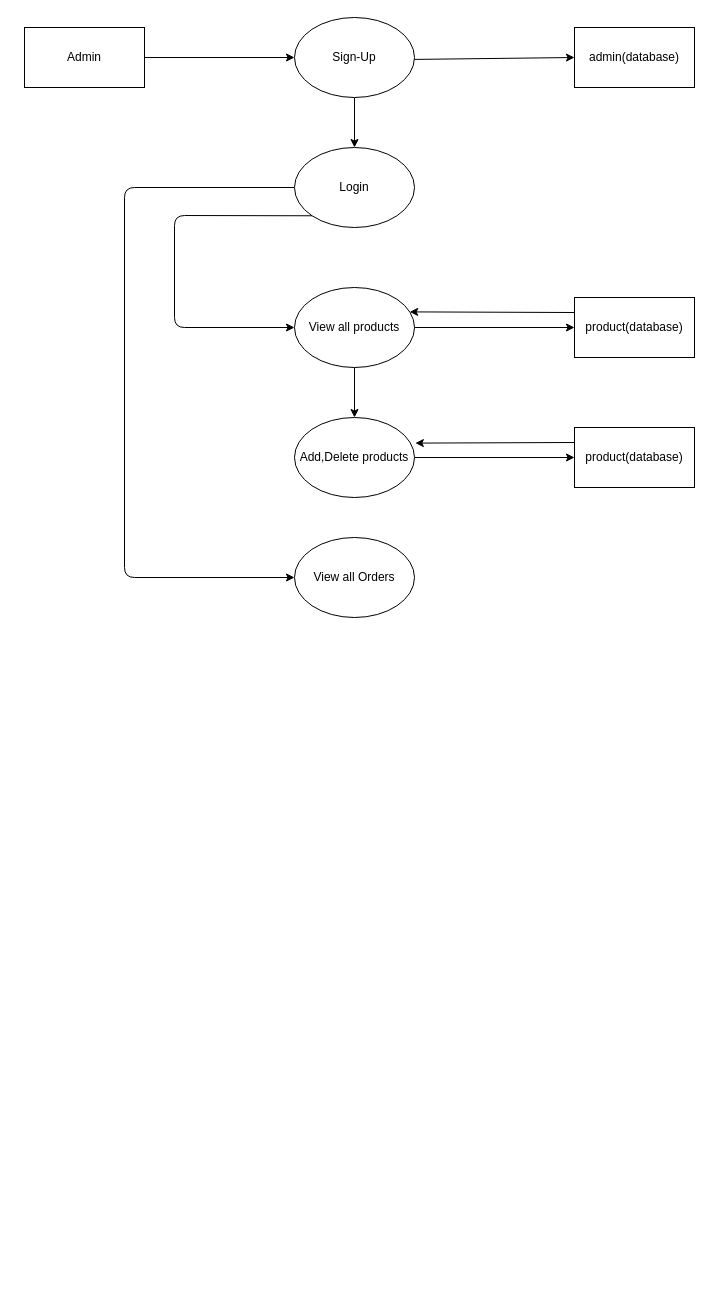
The draw.io diagram dfd/level1.2.drawio in dani-zed/e-commerce, before the edit. Source tidied: cells renumbered, new cells numbered last; positions are measured from the earlier drawing's top-left corner, leaving out a move shared by most shapes. Both pictures are drawn from the tidied source at 100%, with x=0, y=0 at pixel (24, 17).
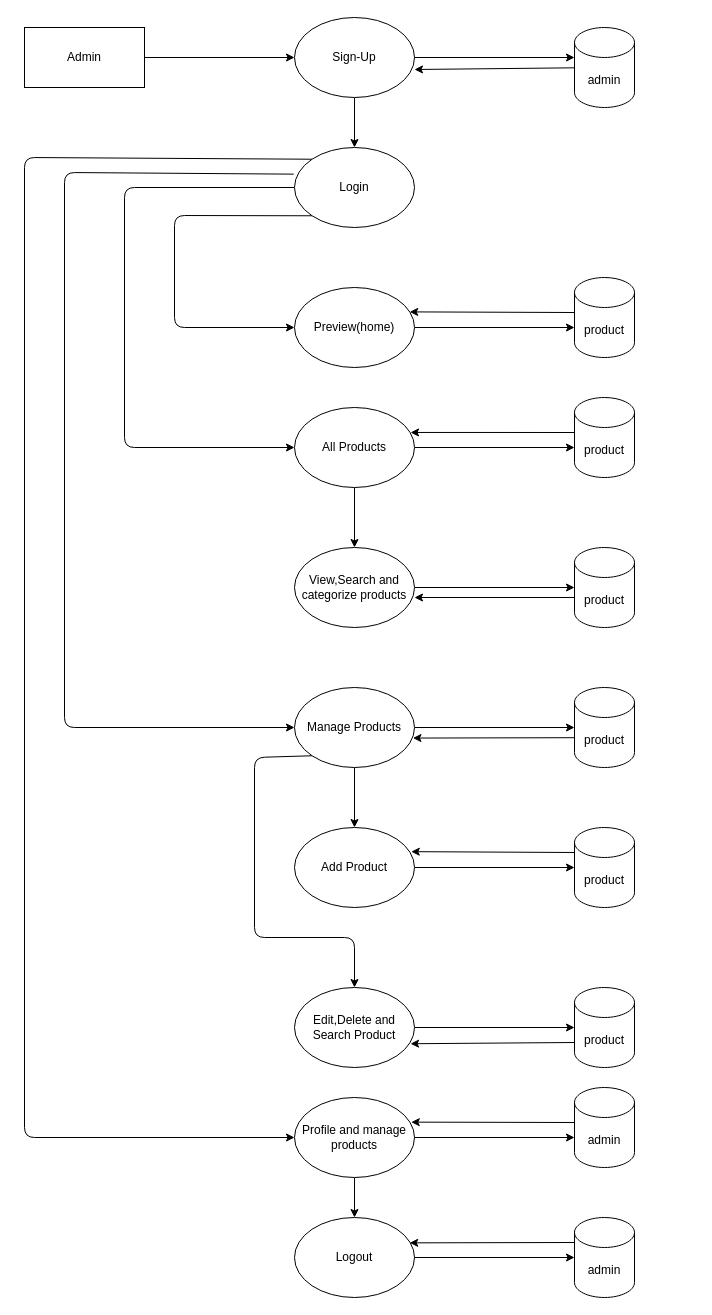
The same page after the edit.

Unchanged cells that the change refers to:
```xml
<mxCell id="6" value="Sign-Up" style="ellipse;whiteSpace=wrap;html=1;" parent="1" vertex="1">
  <mxGeometry x="270" width="120" height="80" as="geometry" />
</mxCell>
<mxCell id="10" value="Login" style="ellipse;whiteSpace=wrap;html=1;" parent="1" vertex="1">
  <mxGeometry x="270" y="130" width="120" height="80" as="geometry" />
</mxCell>
```

What changed in the source:
```diff
@@
-    <mxCell id="4" style="edgeStyle=none;html=1;entryX=0;entryY=0.5;entryDx=0;entryDy=0;" parent="1" edge="1" source="6" target="7">
-      <mxGeometry relative="1" as="geometry" />
+    <mxCell id="4" style="edgeStyle=none;html=1;entryX=0;entryY=0.5;entryDx=0;entryDy=0;" parent="1" edge="1" source="6">
+      <mxGeometry relative="1" as="geometry">
+        <mxPoint x="550" y="40" as="targetPoint" />
+      </mxGeometry>
     </mxCell>
@@
-    <mxCell id="7" value="admin(database)" style="rounded=0;whiteSpace=wrap;html=1;" parent="1" vertex="1">
-      <mxGeometry x="550" y="10" width="120" height="60" as="geometry" />
-    </mxCell>
@@
     <mxCell id="9" style="edgeStyle=none;html=1;exitX=0;exitY=0.5;exitDx=0;exitDy=0;entryX=0;entryY=0.5;entryDx=0;entryDy=0;" parent="1" edge="1" source="10" target="16">
       <mxGeometry relative="1" as="geometry">
         <Array as="points">
           <mxPoint x="100" y="170" />
-          <mxPoint x="100" y="560" />
+          <mxPoint x="100" y="430" />
         </Array>
       </mxGeometry>
     </mxCell>
+    <mxCell id="21" style="edgeStyle=none;html=1;exitX=-0.007;exitY=0.333;exitDx=0;exitDy=0;entryX=0;entryY=0.5;entryDx=0;entryDy=0;exitPerimeter=0;" parent="1" edge="1" source="10" target="32">
+      <mxGeometry relative="1" as="geometry">
+        <Array as="points">
+          <mxPoint x="40" y="155" />
+          <mxPoint x="40" y="710" />
+        </Array>
+      </mxGeometry>
+    </mxCell>
+    <mxCell id="22" style="edgeStyle=none;html=1;exitX=0;exitY=0;exitDx=0;exitDy=0;entryX=0;entryY=0.5;entryDx=0;entryDy=0;" parent="1" edge="1" source="10" target="42">
+      <mxGeometry relative="1" as="geometry">
+        <Array as="points">
+          <mxPoint y="140" />
+          <mxPoint y="1120" />
+        </Array>
+      </mxGeometry>
+    </mxCell>
@@
-    <mxCell id="11" style="edgeStyle=none;html=1;entryX=0;entryY=0.5;entryDx=0;entryDy=0;" parent="1" edge="1" source="13" target="15">
-      <mxGeometry relative="1" as="geometry" />
+    <mxCell id="11" style="edgeStyle=none;html=1;entryX=0;entryY=0.5;entryDx=0;entryDy=0;" parent="1" edge="1" source="13">
+      <mxGeometry relative="1" as="geometry">
+        <mxPoint x="550" y="310" as="targetPoint" />
+      </mxGeometry>
     </mxCell>
-    <mxCell id="12" style="edgeStyle=none;html=1;" parent="1" edge="1" source="13" target="18">
-      <mxGeometry relative="1" as="geometry" />
-    </mxCell>
-    <mxCell id="13" value="View all products" style="ellipse;whiteSpace=wrap;html=1;" parent="1" vertex="1">
+    <mxCell id="13" value="Preview(home)" style="ellipse;whiteSpace=wrap;html=1;" parent="1" vertex="1">
       <mxGeometry x="270" y="270" width="120" height="80" as="geometry" />
     </mxCell>
-    <mxCell id="14" style="edgeStyle=none;html=1;exitX=0;exitY=0.25;exitDx=0;exitDy=0;entryX=0.96;entryY=0.305;entryDx=0;entryDy=0;entryPerimeter=0;" parent="1" edge="1" source="15" target="13">
-      <mxGeometry relative="1" as="geometry" />
+    <mxCell id="14" style="edgeStyle=none;html=1;exitX=0;exitY=0.25;exitDx=0;exitDy=0;entryX=0.96;entryY=0.305;entryDx=0;entryDy=0;entryPerimeter=0;" parent="1" edge="1" target="13">
+      <mxGeometry relative="1" as="geometry">
+        <mxPoint x="550" y="295" as="sourcePoint" />
+      </mxGeometry>
     </mxCell>
-    <mxCell id="15" value="product(database)" style="rounded=0;whiteSpace=wrap;html=1;" parent="1" vertex="1">
-      <mxGeometry x="550" y="280" width="120" height="60" as="geometry" />
-    </mxCell>
+    <mxCell id="23" style="edgeStyle=none;html=1;entryX=0;entryY=0.5;entryDx=0;entryDy=0;" parent="1" edge="1" source="16">
+      <mxGeometry relative="1" as="geometry">
+        <mxPoint x="550" y="430" as="targetPoint" />
+      </mxGeometry>
+    </mxCell>
+    <mxCell id="24" style="edgeStyle=none;html=1;exitX=0.5;exitY=1;exitDx=0;exitDy=0;" parent="1" edge="1" source="16" target="27">
+      <mxGeometry relative="1" as="geometry" />
+    </mxCell>
-    <mxCell id="16" value="View all Orders" style="ellipse;whiteSpace=wrap;html=1;" parent="1" vertex="1">
-      <mxGeometry x="270" y="520" width="120" height="80" as="geometry" />
+    <mxCell id="16" value="All Products" style="ellipse;whiteSpace=wrap;html=1;" parent="1" vertex="1">
+      <mxGeometry x="270" y="390" width="120" height="80" as="geometry" />
     </mxCell>
-    <mxCell id="17" style="edgeStyle=none;html=1;entryX=0;entryY=0.5;entryDx=0;entryDy=0;" parent="1" edge="1" source="18" target="20">
-      <mxGeometry relative="1" as="geometry" />
-    </mxCell>
-    <mxCell id="18" value="Add,Delete products" style="ellipse;whiteSpace=wrap;html=1;" parent="1" vertex="1">
-      <mxGeometry x="270" y="400" width="120" height="80" as="geometry" />
-    </mxCell>
-    <mxCell id="19" style="edgeStyle=none;html=1;exitX=0;exitY=0.25;exitDx=0;exitDy=0;entryX=1.007;entryY=0.32;entryDx=0;entryDy=0;entryPerimeter=0;" parent="1" edge="1" source="20" target="18">
-      <mxGeometry relative="1" as="geometry" />
-    </mxCell>
-    <mxCell id="20" value="product(database)" style="rounded=0;whiteSpace=wrap;html=1;" parent="1" vertex="1">
-      <mxGeometry x="550" y="410" width="120" height="60" as="geometry" />
-    </mxCell>
+    <mxCell id="25" style="edgeStyle=none;html=1;exitX=0;exitY=0.25;exitDx=0;exitDy=0;entryX=0.967;entryY=0.312;entryDx=0;entryDy=0;entryPerimeter=0;" parent="1" edge="1" target="16">
+      <mxGeometry relative="1" as="geometry">
+        <mxPoint x="550" y="415" as="sourcePoint" />
+      </mxGeometry>
+    </mxCell>
+    <mxCell id="26" style="edgeStyle=none;html=1;" parent="1" edge="1" source="27">
+      <mxGeometry relative="1" as="geometry">
+        <mxPoint x="550" y="570" as="targetPoint" />
+      </mxGeometry>
+    </mxCell>
+    <mxCell id="27" value="View,Search and categorize products" style="ellipse;whiteSpace=wrap;html=1;" parent="1" vertex="1">
+      <mxGeometry x="270" y="530" width="120" height="80" as="geometry" />
+    </mxCell>
+    <mxCell id="28" style="edgeStyle=none;html=1;entryX=1;entryY=0.625;entryDx=0;entryDy=0;entryPerimeter=0;" parent="1" edge="1" target="27">
+      <mxGeometry relative="1" as="geometry">
+        <mxPoint x="550" y="580" as="sourcePoint" />
+      </mxGeometry>
+    </mxCell>
+    <mxCell id="29" style="edgeStyle=none;html=1;entryX=0;entryY=0.333;entryDx=0;entryDy=0;entryPerimeter=0;" parent="1" edge="1" source="32">
+      <mxGeometry relative="1" as="geometry">
+        <mxPoint x="550" y="710" as="targetPoint" />
+      </mxGeometry>
+    </mxCell>
+    <mxCell id="30" style="edgeStyle=none;html=1;entryX=0.5;entryY=0;entryDx=0;entryDy=0;" parent="1" edge="1" source="32" target="35">
+      <mxGeometry relative="1" as="geometry" />
+    </mxCell>
+    <mxCell id="31" style="edgeStyle=none;html=1;exitX=0;exitY=1;exitDx=0;exitDy=0;" parent="1" edge="1" source="32">
+      <mxGeometry relative="1" as="geometry">
+        <mxPoint x="330" y="970" as="targetPoint" />
+        <Array as="points">
+          <mxPoint x="230" y="740" />
+          <mxPoint x="230" y="920" />
+          <mxPoint x="330" y="920" />
+        </Array>
+      </mxGeometry>
+    </mxCell>
+    <mxCell id="32" value="Manage Products" style="ellipse;whiteSpace=wrap;html=1;" parent="1" vertex="1">
+      <mxGeometry x="270" y="670" width="120" height="80" as="geometry" />
+    </mxCell>
+    <mxCell id="33" style="edgeStyle=none;html=1;entryX=0.987;entryY=0.632;entryDx=0;entryDy=0;entryPerimeter=0;" parent="1" edge="1" target="32">
+      <mxGeometry relative="1" as="geometry">
+        <mxPoint x="550" y="720.2" as="sourcePoint" />
+      </mxGeometry>
+    </mxCell>
+    <mxCell id="34" style="edgeStyle=none;html=1;" parent="1" edge="1" source="35">
+      <mxGeometry relative="1" as="geometry">
+        <mxPoint x="550" y="850" as="targetPoint" />
+      </mxGeometry>
+    </mxCell>
+    <mxCell id="35" value="Add Product" style="ellipse;whiteSpace=wrap;html=1;" parent="1" vertex="1">
+      <mxGeometry x="270" y="810" width="120" height="80" as="geometry" />
+    </mxCell>
+    <mxCell id="36" style="edgeStyle=none;html=1;exitX=0;exitY=0.25;exitDx=0;exitDy=0;entryX=0.973;entryY=0.302;entryDx=0;entryDy=0;entryPerimeter=0;" parent="1" edge="1" target="35">
+      <mxGeometry relative="1" as="geometry">
+        <mxPoint x="550" y="835" as="sourcePoint" />
+      </mxGeometry>
+    </mxCell>
+    <mxCell id="37" style="edgeStyle=none;html=1;" parent="1" edge="1" source="38">
+      <mxGeometry relative="1" as="geometry">
+        <mxPoint x="550" y="1010" as="targetPoint" />
+      </mxGeometry>
+    </mxCell>
+    <mxCell id="38" value="Edit,Delete and Search Product" style="ellipse;whiteSpace=wrap;html=1;" parent="1" vertex="1">
+      <mxGeometry x="270" y="970" width="120" height="80" as="geometry" />
+    </mxCell>
+    <mxCell id="39" style="edgeStyle=none;html=1;exitX=0;exitY=0.75;exitDx=0;exitDy=0;entryX=0.967;entryY=0.703;entryDx=0;entryDy=0;entryPerimeter=0;" parent="1" edge="1" target="38">
+      <mxGeometry relative="1" as="geometry">
+        <mxPoint x="550" y="1025" as="sourcePoint" />
+      </mxGeometry>
+    </mxCell>
+    <mxCell id="40" style="edgeStyle=none;html=1;entryX=0;entryY=0.5;entryDx=0;entryDy=0;" parent="1" edge="1" source="42">
+      <mxGeometry relative="1" as="geometry">
+        <mxPoint x="550" y="1120" as="targetPoint" />
+      </mxGeometry>
+    </mxCell>
+    <mxCell id="41" style="edgeStyle=none;html=1;" parent="1" edge="1" source="42" target="45">
+      <mxGeometry relative="1" as="geometry" />
+    </mxCell>
+    <mxCell id="42" value="Profile and manage products" style="ellipse;whiteSpace=wrap;html=1;" parent="1" vertex="1">
+      <mxGeometry x="270" y="1080" width="120" height="80" as="geometry" />
+    </mxCell>
+    <mxCell id="43" style="edgeStyle=none;html=1;exitX=0;exitY=0.25;exitDx=0;exitDy=0;entryX=0.973;entryY=0.308;entryDx=0;entryDy=0;entryPerimeter=0;" parent="1" edge="1" target="42">
+      <mxGeometry relative="1" as="geometry">
+        <mxPoint x="550" y="1105" as="sourcePoint" />
+      </mxGeometry>
+    </mxCell>
+    <mxCell id="44" style="edgeStyle=none;html=1;" parent="1" edge="1" source="45">
+      <mxGeometry relative="1" as="geometry">
+        <mxPoint x="550" y="1240" as="targetPoint" />
+      </mxGeometry>
+    </mxCell>
+    <mxCell id="45" value="Logout" style="ellipse;whiteSpace=wrap;html=1;" parent="1" vertex="1">
+      <mxGeometry x="270" y="1200" width="120" height="80" as="geometry" />
+    </mxCell>
+    <mxCell id="46" style="edgeStyle=none;html=1;exitX=0;exitY=0.25;exitDx=0;exitDy=0;entryX=0.96;entryY=0.317;entryDx=0;entryDy=0;entryPerimeter=0;" parent="1" edge="1" target="45">
+      <mxGeometry relative="1" as="geometry">
+        <mxPoint x="550" y="1225" as="sourcePoint" />
+      </mxGeometry>
+    </mxCell>
+    <mxCell id="47" style="edgeStyle=none;html=1;entryX=1;entryY=0.65;entryDx=0;entryDy=0;entryPerimeter=0;" parent="1" edge="1" source="48" target="6">
+      <mxGeometry relative="1" as="geometry" />
+    </mxCell>
+    <mxCell id="48" value="admin" style="shape=cylinder3;whiteSpace=wrap;html=1;boundedLbl=1;backgroundOutline=1;size=15;" parent="1" vertex="1">
+      <mxGeometry x="550" y="10" width="60" height="80" as="geometry" />
+    </mxCell>
+    <mxCell id="49" value="product" style="shape=cylinder3;whiteSpace=wrap;html=1;boundedLbl=1;backgroundOutline=1;size=15;" parent="1" vertex="1">
+      <mxGeometry x="550" y="260" width="60" height="80" as="geometry" />
+    </mxCell>
+    <mxCell id="50" value="product" style="shape=cylinder3;whiteSpace=wrap;html=1;boundedLbl=1;backgroundOutline=1;size=15;" parent="1" vertex="1">
+      <mxGeometry x="550" y="380" width="60" height="80" as="geometry" />
+    </mxCell>
+    <mxCell id="51" value="product" style="shape=cylinder3;whiteSpace=wrap;html=1;boundedLbl=1;backgroundOutline=1;size=15;" parent="1" vertex="1">
+      <mxGeometry x="550" y="530" width="60" height="80" as="geometry" />
+    </mxCell>
+    <mxCell id="52" value="product" style="shape=cylinder3;whiteSpace=wrap;html=1;boundedLbl=1;backgroundOutline=1;size=15;" parent="1" vertex="1">
+      <mxGeometry x="550" y="670" width="60" height="80" as="geometry" />
+    </mxCell>
+    <mxCell id="53" value="product" style="shape=cylinder3;whiteSpace=wrap;html=1;boundedLbl=1;backgroundOutline=1;size=15;" parent="1" vertex="1">
+      <mxGeometry x="550" y="810" width="60" height="80" as="geometry" />
+    </mxCell>
+    <mxCell id="54" value="product" style="shape=cylinder3;whiteSpace=wrap;html=1;boundedLbl=1;backgroundOutline=1;size=15;" parent="1" vertex="1">
+      <mxGeometry x="550" y="970" width="60" height="80" as="geometry" />
+    </mxCell>
+    <mxCell id="55" value="admin" style="shape=cylinder3;whiteSpace=wrap;html=1;boundedLbl=1;backgroundOutline=1;size=15;" parent="1" vertex="1">
+      <mxGeometry x="550" y="1070" width="60" height="80" as="geometry" />
+    </mxCell>
+    <mxCell id="56" value="admin" style="shape=cylinder3;whiteSpace=wrap;html=1;boundedLbl=1;backgroundOutline=1;size=15;" parent="1" vertex="1">
+      <mxGeometry x="550" y="1200" width="60" height="80" as="geometry" />
+    </mxCell>
```
